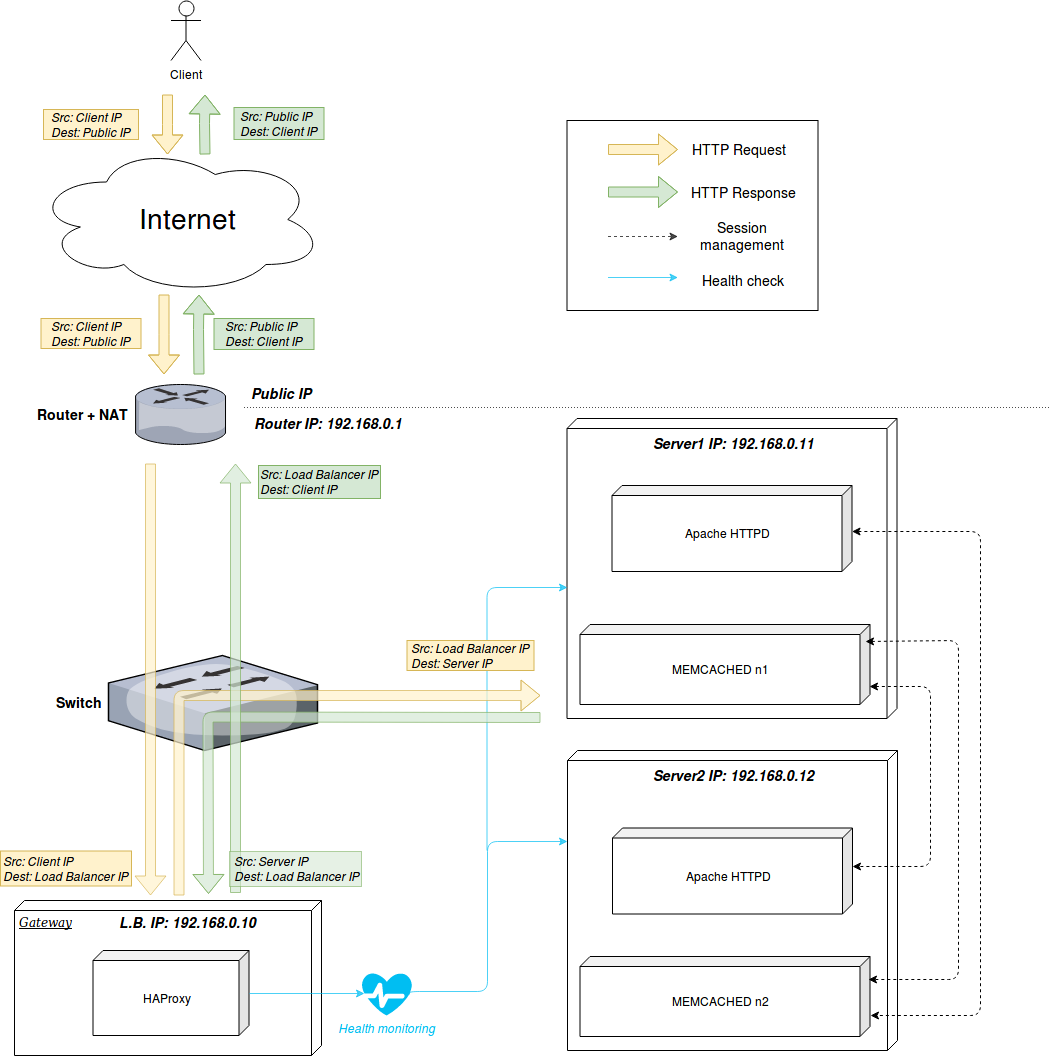
Earlier version of the draw.io export scenarios/benchmarking/haproxy_memcached_thredds/haproxy_memcached_diagram.png (SantanderMetGroup/ansible-thredds-cluster). Source tidied: cells renumbered, new cells last; positions are measured from the earlier drawing's top-left corner, leaving out a move shared by most shapes.
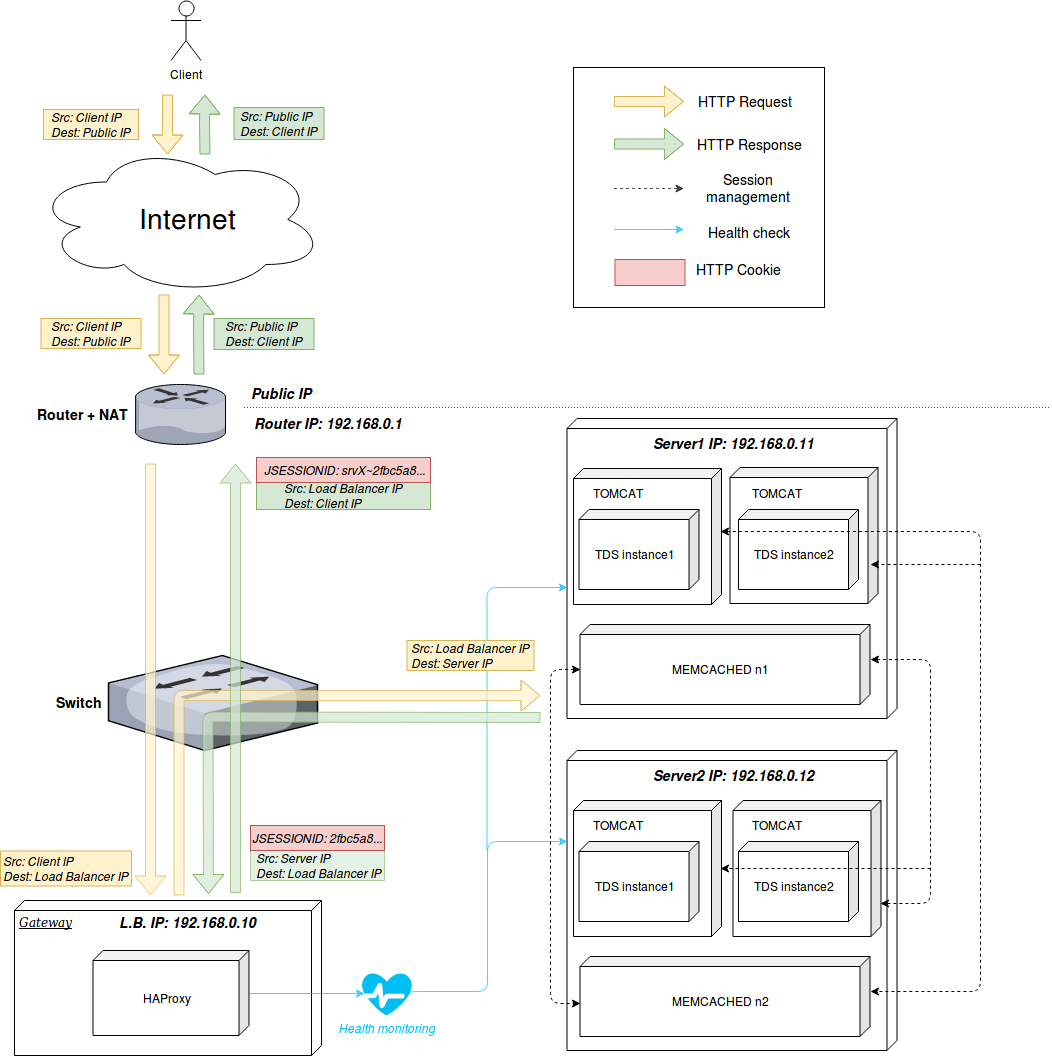
After the commit.

What changed in the source:
```diff
@@ -3,8 +3,11 @@
     <mxCell id="0" />
     <mxCell id="1" parent="0" />
     <mxCell id="2" style="verticalAlign=top;align=left;spacingTop=8;spacingLeft=2;spacingRight=12;shape=cube;size=10;direction=south;fontStyle=4;html=1;rounded=0;shadow=0;comic=0;labelBackgroundColor=none;strokeColor=#000000;strokeWidth=1;fillColor=#ffffff;fontFamily=Verdana;fontSize=12;fontColor=#000000;" parent="1" vertex="1">
-      <mxGeometry x="567" y="750" width="330" height="300" as="geometry" />
+      <mxGeometry x="566.5" y="750" width="330" height="300" as="geometry" />
     </mxCell>
+    <mxCell id="53" style="shape=cube;whiteSpace=wrap;html=1;boundedLbl=1;backgroundOutline=1;darkOpacity=0.05;darkOpacity2=0.1;fillColor=#FFFFFF;size=10;direction=east;flipH=1;" parent="1" vertex="1">
+      <mxGeometry x="573" y="800" width="148" height="136" as="geometry" />
+    </mxCell>
     <mxCell id="3" style="verticalAlign=top;align=left;spacingTop=8;spacingLeft=2;spacingRight=12;shape=cube;size=10;direction=south;fontStyle=4;html=1;rounded=0;shadow=0;comic=0;labelBackgroundColor=none;strokeColor=#000000;strokeWidth=1;fillColor=#ffffff;fontFamily=Verdana;fontSize=12;fontColor=#000000;" parent="1" vertex="1">
       <mxGeometry x="566.5" y="418" width="330" height="300" as="geometry" />
     </mxCell>
@@ -70,7 +73,7 @@
         </Array>
       </mxGeometry>
     </mxCell>
-    <mxCell id="15" value="HAProxy" style="shape=cube;whiteSpace=wrap;html=1;boundedLbl=1;backgroundOutline=1;darkOpacity=0.05;darkOpacity2=0.1;fillColor=#FFFFFF;size=10;direction=east;flipH=1;" parent="1" vertex="1">
+    <mxCell id="15" value="&lt;div&gt;HAProxy&lt;/div&gt;" style="shape=cube;whiteSpace=wrap;html=1;boundedLbl=1;backgroundOutline=1;darkOpacity=0.05;darkOpacity2=0.1;fillColor=#FFFFFF;size=10;direction=east;flipH=1;" parent="1" vertex="1">
       <mxGeometry x="92.5" y="950" width="156" height="85" as="geometry" />
     </mxCell>
     <mxCell id="16" value="&lt;div&gt;MEMCACHED n1&lt;/div&gt;" style="shape=cube;whiteSpace=wrap;html=1;boundedLbl=1;backgroundOutline=1;darkOpacity=0.05;darkOpacity2=0.1;fillColor=#FFFFFF;size=10;direction=east;flipH=1;" parent="1" vertex="1">
@@ -116,9 +119,6 @@
     <mxCell id="24" value="&lt;div align=&quot;left&quot;&gt;&lt;i&gt;Src: Public IP&lt;br&gt;&lt;/i&gt;&lt;/div&gt;&lt;div align=&quot;left&quot;&gt;&lt;i&gt;Dest: Client IP&lt;br&gt;&lt;/i&gt;&lt;/div&gt;" style="text;html=1;strokeColor=#82b366;fillColor=#d5e8d4;align=center;verticalAlign=middle;whiteSpace=wrap;rounded=0;" parent="1" vertex="1">
       <mxGeometry x="213.5" y="318" width="100" height="31" as="geometry" />
     </mxCell>
-    <mxCell id="25" value="&lt;div align=&quot;left&quot;&gt;&lt;i&gt;Src: Load Balancer IP&lt;br&gt;&lt;/i&gt;&lt;/div&gt;&lt;div align=&quot;left&quot;&gt;&lt;i&gt;Dest: Client IP&lt;br&gt;&lt;/i&gt;&lt;/div&gt;" style="text;html=1;strokeColor=#82b366;fillColor=#d5e8d4;align=center;verticalAlign=middle;whiteSpace=wrap;rounded=0;" parent="1" vertex="1">
-      <mxGeometry x="258" y="465" width="122" height="33" as="geometry" />
-    </mxCell>
     <mxCell id="26" value="&lt;div align=&quot;left&quot;&gt;&lt;i&gt;Src: Public IP&lt;br&gt;&lt;/i&gt;&lt;/div&gt;&lt;div align=&quot;left&quot;&gt;&lt;i&gt;Dest: Client IP&lt;br&gt;&lt;/i&gt;&lt;/div&gt;" style="text;html=1;strokeColor=#82b366;fillColor=#d5e8d4;align=center;verticalAlign=middle;whiteSpace=wrap;rounded=0;" parent="1" vertex="1">
       <mxGeometry x="233.5" y="107" width="90" height="32" as="geometry" />
     </mxCell>
@@ -156,51 +156,51 @@
       <mxGeometry x="248.5" y="413" width="158" height="20" as="geometry" />
     </mxCell>
     <mxCell id="35" style="rounded=0;whiteSpace=wrap;html=1;fillColor=#ffffff;fontSize=14;strokeColor=#000000;" parent="1" vertex="1">
-      <mxGeometry x="566.5" y="120" width="251" height="190" as="geometry" />
+      <mxGeometry x="573" y="67" width="251" height="240" as="geometry" />
     </mxCell>
     <mxCell id="36" style="shape=flexArrow;endArrow=classic;html=1;fillColor=#fff2cc;strokeColor=#d6b656;" parent="1" edge="1">
       <mxGeometry relative="1" as="geometry">
-        <mxPoint x="607.5" y="149" as="sourcePoint" />
-        <mxPoint x="677.5" y="149" as="targetPoint" />
+        <mxPoint x="613.5" y="101" as="sourcePoint" />
+        <mxPoint x="683.5" y="101" as="targetPoint" />
         <Array as="points">
-          <mxPoint x="627.5" y="149" />
-          <mxPoint x="617.5" y="149" />
+          <mxPoint x="633.5" y="101" />
+          <mxPoint x="623.5" y="101" />
         </Array>
       </mxGeometry>
     </mxCell>
     <mxCell id="37" style="shape=flexArrow;endArrow=classic;html=1;fillColor=#d5e8d4;strokeColor=#82b366;" parent="1" edge="1">
       <mxGeometry relative="1" as="geometry">
-        <mxPoint x="607.5" y="191.5" as="sourcePoint" />
-        <mxPoint x="677.5" y="191.5" as="targetPoint" />
+        <mxPoint x="613.5" y="143.5" as="sourcePoint" />
+        <mxPoint x="683.5" y="143.5" as="targetPoint" />
         <Array as="points">
-          <mxPoint x="627.5" y="191.5" />
-          <mxPoint x="617.5" y="191.5" />
+          <mxPoint x="633.5" y="143.5" />
+          <mxPoint x="623.5" y="143.5" />
         </Array>
       </mxGeometry>
     </mxCell>
     <mxCell id="38" value="HTTP Request" style="text;html=1;strokeColor=none;fillColor=none;align=center;verticalAlign=middle;whiteSpace=wrap;rounded=0;fontSize=14;" parent="1" vertex="1">
-      <mxGeometry x="685.5" y="139.5" width="105" height="20" as="geometry" />
+      <mxGeometry x="691.5" y="91.5" width="105" height="20" as="geometry" />
     </mxCell>
     <mxCell id="39" value="HTTP Response" style="text;html=1;strokeColor=none;fillColor=none;align=center;verticalAlign=middle;whiteSpace=wrap;rounded=0;fontSize=14;" parent="1" vertex="1">
-      <mxGeometry x="686.5" y="182" width="112" height="20" as="geometry" />
+      <mxGeometry x="692.5" y="134" width="112" height="20" as="geometry" />
     </mxCell>
     <mxCell id="40" style="endArrow=classic;html=1;strokeColor=#000000;fontSize=14;opacity=70;dashed=1;" parent="1" edge="1">
       <mxGeometry relative="1" as="geometry">
-        <mxPoint x="607.5" y="236" as="sourcePoint" />
-        <mxPoint x="677.5" y="236" as="targetPoint" />
+        <mxPoint x="613.5" y="188" as="sourcePoint" />
+        <mxPoint x="683.5" y="188" as="targetPoint" />
       </mxGeometry>
     </mxCell>
     <mxCell id="41" value="Session management" style="text;html=1;strokeColor=none;fillColor=none;align=center;verticalAlign=middle;whiteSpace=wrap;rounded=0;fontSize=14;" parent="1" vertex="1">
-      <mxGeometry x="695.5" y="225" width="92" height="22" as="geometry" />
+      <mxGeometry x="701.5" y="177" width="92" height="22" as="geometry" />
     </mxCell>
     <mxCell id="42" style="endArrow=classic;html=1;opacity=70;exitX=1;exitY=0.5;exitDx=0;exitDy=0;fillColor=#dae8fc;strokeColor=#00BEF2;" parent="1" edge="1">
       <mxGeometry relative="1" as="geometry">
-        <mxPoint x="607.5" y="277" as="sourcePoint" />
-        <mxPoint x="677.5" y="277" as="targetPoint" />
+        <mxPoint x="613.5" y="229" as="sourcePoint" />
+        <mxPoint x="683.5" y="229" as="targetPoint" />
       </mxGeometry>
     </mxCell>
     <mxCell id="43" value="Health check" style="text;html=1;strokeColor=none;fillColor=none;align=center;verticalAlign=middle;whiteSpace=wrap;rounded=0;fontSize=14;" parent="1" vertex="1">
-      <mxGeometry x="695.5" y="270" width="92" height="20" as="geometry" />
+      <mxGeometry x="701.5" y="222" width="92" height="20" as="geometry" />
     </mxCell>
     <mxCell id="44" style="shape=flexArrow;endArrow=classic;html=1;fillColor=#d5e8d4;strokeColor=#82b366;opacity=70;" parent="1" edge="1">
       <mxGeometry relative="1" as="geometry">
@@ -208,48 +208,104 @@
         <mxPoint x="235" y="463" as="targetPoint" />
       </mxGeometry>
     </mxCell>
-    <mxCell id="45" value="&lt;div align=&quot;left&quot;&gt;&lt;i&gt;Src: Server IP&lt;br&gt;&lt;/i&gt;&lt;/div&gt;&lt;div align=&quot;left&quot;&gt;&lt;i&gt;Dest: &lt;/i&gt;&lt;i&gt;&lt;i&gt;Load Balancer IP&lt;/i&gt;&lt;/i&gt;&lt;/div&gt;" style="text;html=1;strokeColor=#82b366;fillColor=#d5e8d4;align=center;verticalAlign=middle;whiteSpace=wrap;rounded=0;opacity=60;" parent="1" vertex="1">
-      <mxGeometry x="229" y="851" width="132" height="35" as="geometry" />
-    </mxCell>
+    <mxCell id="54" style="shape=cube;whiteSpace=wrap;html=1;boundedLbl=1;backgroundOutline=1;darkOpacity=0.05;darkOpacity2=0.1;fillColor=#FFFFFF;size=10;direction=east;flipH=1;" parent="1" vertex="1">
+      <mxGeometry x="573" y="468" width="148" height="136" as="geometry" />
+    </mxCell>
+    <mxCell id="55" value="TDS instance1" style="shape=cube;whiteSpace=wrap;html=1;boundedLbl=1;backgroundOutline=1;darkOpacity=0.05;darkOpacity2=0.1;fillColor=#FFFFFF;size=10;direction=east;flipH=1;" parent="1" vertex="1">
+      <mxGeometry x="578.5" y="509" width="120" height="80" as="geometry" />
+    </mxCell>
+    <mxCell id="56" value="TOMCAT" style="text;html=1;strokeColor=none;fillColor=none;align=center;verticalAlign=middle;whiteSpace=wrap;rounded=0;" parent="1" vertex="1">
+      <mxGeometry x="596.5" y="483" width="40" height="20" as="geometry" />
+    </mxCell>
     <mxCell id="46" value="MEMCACHED n2" style="shape=cube;whiteSpace=wrap;html=1;boundedLbl=1;backgroundOutline=1;darkOpacity=0.05;darkOpacity2=0.1;fillColor=#FFFFFF;size=10;direction=east;flipH=1;" parent="1" vertex="1">
       <mxGeometry x="579.5" y="956" width="290" height="80" as="geometry" />
     </mxCell>
     <mxCell id="47" value="&lt;div style=&quot;font-size: 14px&quot;&gt;&lt;i&gt;&lt;b&gt;Server2 IP: 192.168.0.12&lt;/b&gt;&lt;/i&gt;&lt;/div&gt;" style="text;html=1;strokeColor=none;fillColor=none;align=center;verticalAlign=middle;whiteSpace=wrap;rounded=0;" parent="1" vertex="1">
       <mxGeometry x="643" y="765" width="178" height="20" as="geometry" />
     </mxCell>
+    <mxCell id="57" value="TDS instance1" style="shape=cube;whiteSpace=wrap;html=1;boundedLbl=1;backgroundOutline=1;darkOpacity=0.05;darkOpacity2=0.1;fillColor=#FFFFFF;size=10;direction=east;flipH=1;" parent="1" vertex="1">
+      <mxGeometry x="578.5" y="841" width="120" height="80" as="geometry" />
+    </mxCell>
+    <mxCell id="58" value="TOMCAT" style="text;html=1;strokeColor=none;fillColor=none;align=center;verticalAlign=middle;whiteSpace=wrap;rounded=0;" parent="1" vertex="1">
+      <mxGeometry x="596.5" y="815" width="40" height="20" as="geometry" />
+    </mxCell>
+    <mxCell id="59" style="shape=cube;whiteSpace=wrap;html=1;boundedLbl=1;backgroundOutline=1;darkOpacity=0.05;darkOpacity2=0.1;fillColor=#FFFFFF;size=10;direction=east;flipH=1;" parent="1" vertex="1">
+      <mxGeometry x="732.5" y="800" width="148" height="136" as="geometry" />
+    </mxCell>
+    <mxCell id="60" style="shape=cube;whiteSpace=wrap;html=1;boundedLbl=1;backgroundOutline=1;darkOpacity=0.05;darkOpacity2=0.1;fillColor=#FFFFFF;size=10;direction=east;flipH=1;" parent="1" vertex="1">
+      <mxGeometry x="729.5" y="467" width="148" height="136" as="geometry" />
+    </mxCell>
+    <mxCell id="61" value="TDS instance2" style="shape=cube;whiteSpace=wrap;html=1;boundedLbl=1;backgroundOutline=1;darkOpacity=0.05;darkOpacity2=0.1;fillColor=#FFFFFF;size=10;direction=east;flipH=1;" parent="1" vertex="1">
+      <mxGeometry x="738" y="509" width="120" height="80" as="geometry" />
+    </mxCell>
+    <mxCell id="62" value="TOMCAT" style="text;html=1;strokeColor=none;fillColor=none;align=center;verticalAlign=middle;whiteSpace=wrap;rounded=0;" parent="1" vertex="1">
+      <mxGeometry x="756" y="483" width="40" height="20" as="geometry" />
+    </mxCell>
-    <mxCell id="48" value="Apache HTTPD" style="shape=cube;whiteSpace=wrap;html=1;boundedLbl=1;backgroundOutline=1;darkOpacity=0.05;darkOpacity2=0.1;fillColor=#FFFFFF;size=10;direction=east;flipH=1;" parent="1" vertex="1">
-      <mxGeometry x="612" y="827.5" width="240" height="86" as="geometry" />
+    <mxCell id="48" value="TDS instance2" style="shape=cube;whiteSpace=wrap;html=1;boundedLbl=1;backgroundOutline=1;darkOpacity=0.05;darkOpacity2=0.1;fillColor=#FFFFFF;size=10;direction=east;flipH=1;" parent="1" vertex="1">
+      <mxGeometry x="738" y="841" width="120" height="80" as="geometry" />
     </mxCell>
+    <mxCell id="63" value="TOMCAT" style="text;html=1;strokeColor=none;fillColor=none;align=center;verticalAlign=middle;whiteSpace=wrap;rounded=0;" parent="1" vertex="1">
+      <mxGeometry x="756" y="815" width="40" height="20" as="geometry" />
+    </mxCell>
+    <mxCell id="64" style="endArrow=classic;html=1;dashed=1;" parent="1" edge="1">
+      <mxGeometry relative="1" as="geometry">
+        <mxPoint x="980" y="564" as="sourcePoint" />
+        <mxPoint x="870" y="564" as="targetPoint" />
+      </mxGeometry>
+    </mxCell>
-    <mxCell id="49" style="endArrow=classic;html=1;dashed=1;startArrow=classic;startFill=1;entryX=0;entryY=0;entryDx=0;entryDy=38;entryPerimeter=0;exitX=0.002;exitY=0.775;exitDx=0;exitDy=0;exitPerimeter=0;" parent="1" edge="1" source="16" target="48">
+    <mxCell id="49" style="endArrow=classic;html=1;dashed=1;startArrow=classic;startFill=1;" parent="1" edge="1">
       <mxGeometry relative="1" as="geometry">
+        <mxPoint x="870" y="659" as="sourcePoint" />
+        <mxPoint x="880" y="903" as="targetPoint" />
         <Array as="points">
-          <mxPoint x="930" y="686" />
+          <mxPoint x="930" y="659" />
           <mxPoint x="930" y="785" />
-          <mxPoint x="930" y="866" />
+          <mxPoint x="930" y="903" />
         </Array>
       </mxGeometry>
     </mxCell>
-    <mxCell id="50" style="endArrow=classic;html=1;edgeStyle=orthogonalEdgeStyle;dashed=1;startArrow=classic;startFill=1;" parent="1" edge="1" source="51">
+    <mxCell id="50" style="endArrow=classic;html=1;edgeStyle=orthogonalEdgeStyle;entryX=0;entryY=0;entryDx=0;entryDy=35;dashed=1;entryPerimeter=0;startArrow=classic;startFill=1;" parent="1" edge="1" target="46">
       <mxGeometry relative="1" as="geometry">
-        <mxPoint x="870" y="1015" as="targetPoint" />
+        <mxPoint x="720" y="531" as="sourcePoint" />
         <Array as="points">
           <mxPoint x="980" y="531" />
-          <mxPoint x="980" y="1015" />
-          <mxPoint x="870" y="1015" />
+          <mxPoint x="980" y="991" />
         </Array>
       </mxGeometry>
     </mxCell>
-    <mxCell id="51" value="Apache HTTPD" style="shape=cube;whiteSpace=wrap;html=1;boundedLbl=1;backgroundOutline=1;darkOpacity=0.05;darkOpacity2=0.1;fillColor=#FFFFFF;size=10;direction=east;flipH=1;" parent="1" vertex="1">
-      <mxGeometry x="611.5" y="485" width="240" height="86" as="geometry" />
-    </mxCell>
-    <mxCell id="52" style="endArrow=classic;html=1;dashed=1;startArrow=classic;startFill=1;entryX=0.005;entryY=0.288;entryDx=0;entryDy=0;entryPerimeter=0;exitX=0.016;exitY=0.213;exitDx=0;exitDy=0;exitPerimeter=0;" parent="1" edge="1" source="16" target="46">
-      <mxGeometry relative="1" as="geometry">
-        <Array as="points">
-          <mxPoint x="958" y="640" />
-          <mxPoint x="958" y="739" />
-          <mxPoint x="958" y="979" />
-        </Array>
-      </mxGeometry>
-    </mxCell>
+    <mxCell id="65" style="endArrow=classic;html=1;dashed=1;" parent="1" edge="1">
+      <mxGeometry relative="1" as="geometry">
+        <mxPoint x="930" y="868" as="sourcePoint" />
+        <mxPoint x="720" y="868" as="targetPoint" />
+      </mxGeometry>
+    </mxCell>
+    <mxCell id="25" value="&lt;div align=&quot;left&quot;&gt;&lt;i&gt;Src: Load Balancer IP&lt;br&gt;&lt;/i&gt;&lt;/div&gt;&lt;div align=&quot;left&quot;&gt;&lt;i&gt;Dest: Client IP&lt;br&gt;&lt;/i&gt;&lt;/div&gt;" style="text;html=1;strokeColor=#82b366;fillColor=#d5e8d4;align=center;verticalAlign=middle;whiteSpace=wrap;rounded=0;" parent="1" vertex="1">
+      <mxGeometry x="256" y="482" width="174" height="27" as="geometry" />
+    </mxCell>
+    <mxCell id="66" value="&lt;i&gt;JSESSIONID: srvX~2fbc5a8...&lt;/i&gt;" style="rounded=0;whiteSpace=wrap;html=1;fillColor=#f8cecc;strokeColor=#b85450;" parent="1" vertex="1">
+      <mxGeometry x="256" y="457" width="174" height="25" as="geometry" />
+    </mxCell>
+    <mxCell id="45" value="&lt;div align=&quot;left&quot;&gt;&lt;i&gt;Src: Server IP&lt;br&gt;&lt;/i&gt;&lt;/div&gt;&lt;div align=&quot;left&quot;&gt;&lt;i&gt;Dest: &lt;/i&gt;&lt;i&gt;&lt;i&gt;Load Balancer IP&lt;/i&gt;&lt;/i&gt;&lt;/div&gt;" style="text;html=1;strokeColor=#82b366;fillColor=#d5e8d4;align=center;verticalAlign=middle;whiteSpace=wrap;rounded=0;opacity=60;" parent="1" vertex="1">
+      <mxGeometry x="250" y="850" width="134" height="30" as="geometry" />
+    </mxCell>
+    <mxCell id="67" value="&lt;i&gt;JSESSIONID: 2fbc5a8...&lt;/i&gt;" style="rounded=0;whiteSpace=wrap;html=1;fillColor=#f8cecc;strokeColor=#b85450;" parent="1" vertex="1">
+      <mxGeometry x="250" y="825" width="134" height="25" as="geometry" />
+    </mxCell>
+    <mxCell id="68" style="rounded=0;whiteSpace=wrap;html=1;fillColor=#f8cecc;strokeColor=#b85450;" parent="1" vertex="1">
+      <mxGeometry x="614.5" y="259" width="70" height="26" as="geometry" />
+    </mxCell>
+    <mxCell id="69" value="&lt;font style=&quot;font-size: 14px&quot;&gt;HTTP Cookie&lt;/font&gt;" style="text;html=1;strokeColor=none;fillColor=none;align=center;verticalAlign=middle;whiteSpace=wrap;rounded=0;" parent="1" vertex="1">
+      <mxGeometry x="691" y="259" width="92" height="20" as="geometry" />
+    </mxCell>
+    <mxCell id="70" style="endArrow=classic;html=1;dashed=1;startArrow=classic;startFill=1;exitX=0;exitY=0;exitDx=290;exitDy=45;exitPerimeter=0;" parent="1" edge="1" source="16">
+      <mxGeometry relative="1" as="geometry">
+        <mxPoint x="580" y="1003" as="targetPoint" />
+        <Array as="points">
+          <mxPoint x="550" y="669" />
+          <mxPoint x="550" y="865" />
+          <mxPoint x="550" y="1003" />
+        </Array>
+      </mxGeometry>
+    </mxCell>
   </root>
 </mxGraphModel>
```
